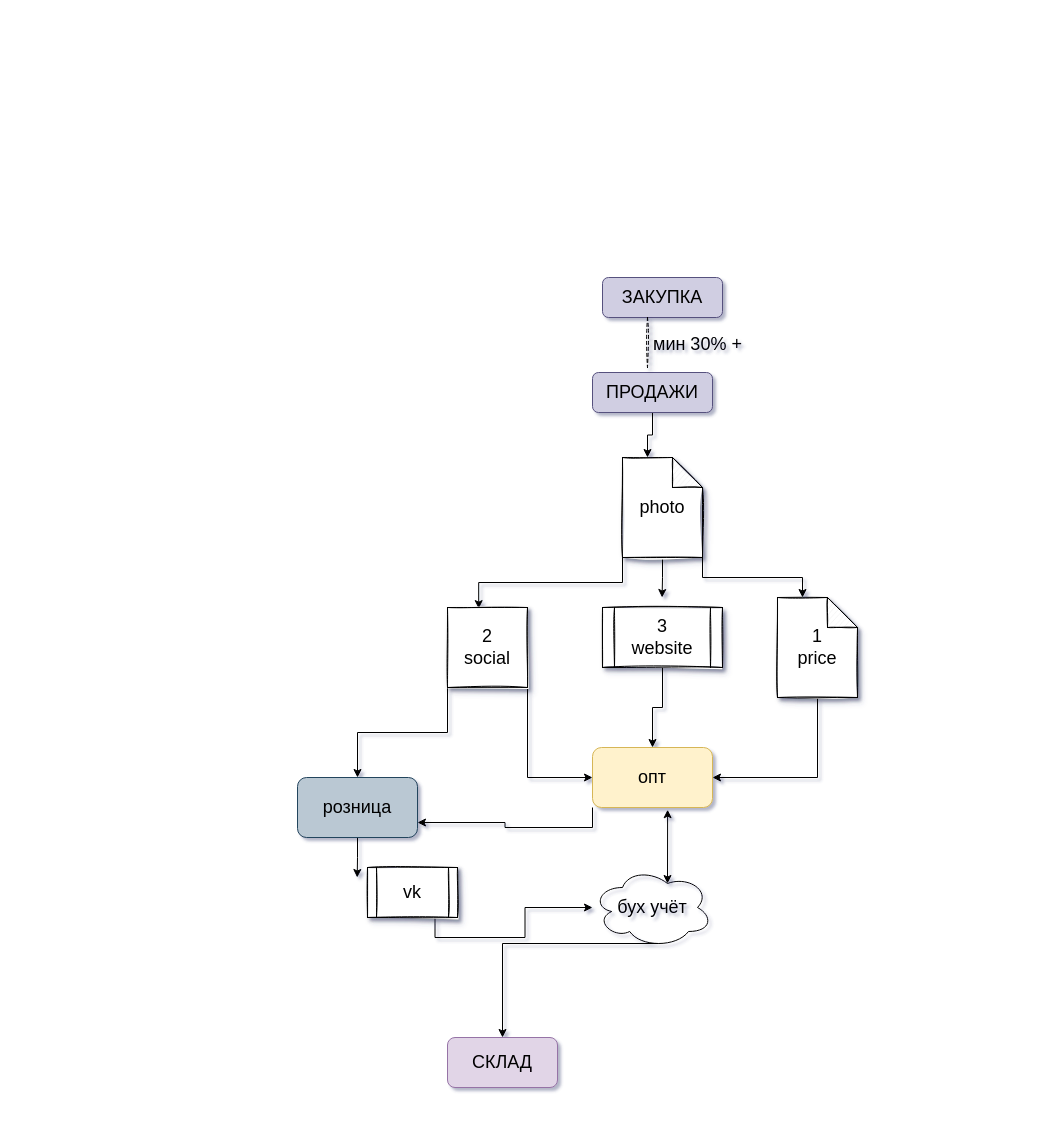
Before: Untitled Diagram.drawio in m11nic89co/ecom.net.ru, a draw.io diagram. Source tidied: cells renumbered, new cells numbered last; positions are measured from the earlier drawing's top-left corner, leaving out a move shared by most shapes. Both pictures are drawn from the tidied source at 100%, with x=0, y=0 at pixel (297, 277).
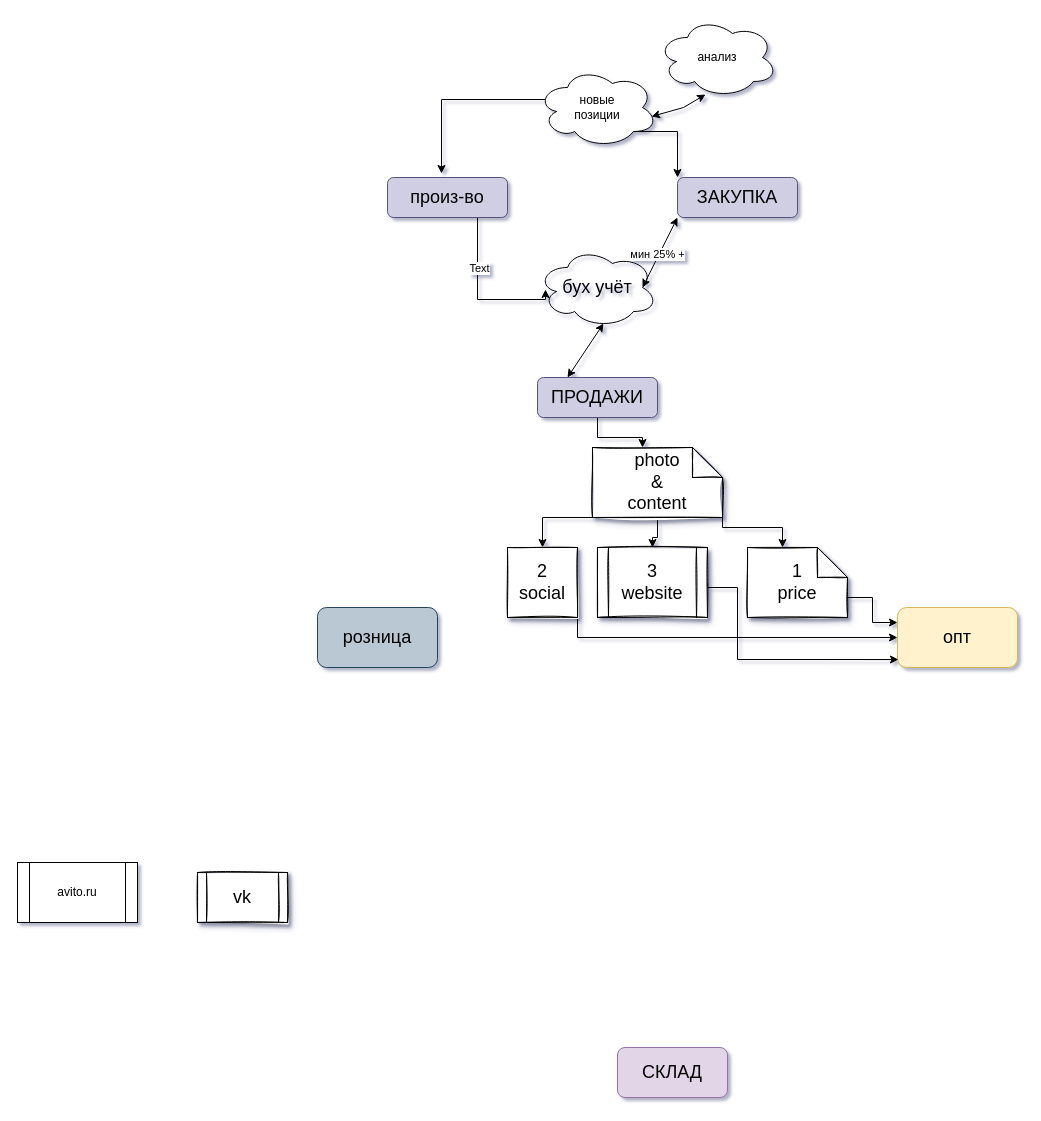
The same diagram, later.

The edit, as a diff of the source:
```diff
@@
-    <mxCell id="2" style="edgeStyle=orthogonalEdgeStyle;rounded=0;jettySize=auto;html=1;exitX=0;exitY=1;exitDx=0;exitDy=0;entryX=1;entryY=0.75;entryDx=0;entryDy=0;fontSize=18;" parent="1" edge="1" source="3" target="8">
-      <mxGeometry relative="1" as="geometry" />
-    </mxCell>
     <mxCell id="3" value="&lt;font style=&quot;font-size: 18px;&quot;&gt;&lt;font style=&quot;font-size: 18px;&quot;&gt;опт&lt;/font&gt;&lt;/font&gt;" style="rounded=1;whiteSpace=wrap;html=1;fillColor=#fff2cc;strokeColor=#d6b656;shadow=0;" parent="1" vertex="1">
-      <mxGeometry x="295" y="470" width="120" height="60" as="geometry" />
+      <mxGeometry x="600" y="330" width="120" height="60" as="geometry" />
     </mxCell>
     <mxCell id="4" value="СКЛАД" style="rounded=1;whiteSpace=wrap;html=1;shadow=0;fontSize=18;fillColor=#e1d5e7;strokeColor=#9673a6;" parent="1" vertex="1">
-      <mxGeometry x="150" y="760" width="110" height="50" as="geometry" />
+      <mxGeometry x="320" y="770" width="110" height="50" as="geometry" />
     </mxCell>
-    <mxCell id="5" style="edgeStyle=orthogonalEdgeStyle;rounded=0;jettySize=auto;html=1;exitX=0.55;exitY=0.95;exitDx=0;exitDy=0;exitPerimeter=0;entryX=0.5;entryY=0;entryDx=0;entryDy=0;fontSize=18;" parent="1" edge="1" source="6" target="4">
-      <mxGeometry relative="1" as="geometry" />
-    </mxCell>
     <mxCell id="6" value="бух учёт" style="ellipse;shape=cloud;whiteSpace=wrap;html=1;shadow=0;fontSize=18;fillColor=none;" parent="1" vertex="1">
-      <mxGeometry x="295" y="590" width="120" height="80" as="geometry" />
+      <mxGeometry x="240" y="-30" width="120" height="80" as="geometry" />
     </mxCell>
-    <mxCell id="7" style="edgeStyle=orthogonalEdgeStyle;rounded=0;jettySize=auto;html=1;exitX=0.5;exitY=1;exitDx=0;exitDy=0;fontSize=18;" parent="1" edge="1" source="8">
-      <mxGeometry relative="1" as="geometry">
-        <mxPoint x="59.7" y="600" as="targetPoint" />
-      </mxGeometry>
-    </mxCell>
     <mxCell id="8" value="розница" style="rounded=1;whiteSpace=wrap;html=1;shadow=0;fontSize=18;fillColor=#bac8d3;strokeColor=#23445d;" parent="1" vertex="1">
-      <mxGeometry y="500" width="120" height="60" as="geometry" />
+      <mxGeometry x="20" y="330" width="120" height="60" as="geometry" />
     </mxCell>
-    <mxCell id="9" style="edgeStyle=orthogonalEdgeStyle;rounded=0;jettySize=auto;html=1;exitX=0.5;exitY=1;exitDx=0;exitDy=0;fontSize=18;entryX=0;entryY=0;entryDx=25;entryDy=0;entryPerimeter=0;" parent="1" edge="1" source="10" target="21">
+    <mxCell id="9" style="edgeStyle=orthogonalEdgeStyle;rounded=0;jettySize=auto;html=1;exitX=0.5;exitY=1;exitDx=0;exitDy=0;fontSize=18;entryX=0;entryY=0;entryDx=50;entryDy=0;entryPerimeter=0;" parent="1" edge="1" source="10" target="21">
       <mxGeometry relative="1" as="geometry" />
     </mxCell>
     <mxCell id="10" value="ПРОДАЖИ" style="rounded=1;whiteSpace=wrap;html=1;shadow=0;fontSize=18;fillColor=#d0cee2;strokeColor=#56517e;" parent="1" vertex="1">
-      <mxGeometry x="295" y="95" width="120" height="40" as="geometry" />
+      <mxGeometry x="240" y="100" width="120" height="40" as="geometry" />
     </mxCell>
-    <mxCell id="11" style="edgeStyle=orthogonalEdgeStyle;rounded=0;jettySize=auto;html=1;exitX=0.5;exitY=1;exitDx=0;exitDy=0;exitPerimeter=0;entryX=1;entryY=0.5;entryDx=0;entryDy=0;fontSize=18;" parent="1" edge="1" source="12" target="3">
+    <mxCell id="11" style="edgeStyle=orthogonalEdgeStyle;rounded=0;jettySize=auto;html=1;exitX=0;exitY=0;exitDx=90;exitDy=50;exitPerimeter=0;entryX=0;entryY=0.25;entryDx=0;entryDy=0;" parent="1" edge="1" source="12" target="3">
       <mxGeometry relative="1" as="geometry" />
     </mxCell>
     <mxCell id="12" value="1&lt;br&gt;price" style="shape=note;whiteSpace=wrap;html=1;backgroundOutline=1;darkOpacity=0.05;shadow=1;fontSize=18;sketch=1;" parent="1" vertex="1">
-      <mxGeometry x="480" y="320" width="80" height="100" as="geometry" />
+      <mxGeometry x="450" y="270" width="100" height="70" as="geometry" />
     </mxCell>
-    <mxCell id="13" style="edgeStyle=orthogonalEdgeStyle;rounded=0;jettySize=auto;html=1;exitX=0.75;exitY=1;exitDx=0;exitDy=0;fontSize=18;" parent="1" edge="1" source="14" target="6">
-      <mxGeometry relative="1" as="geometry" />
-    </mxCell>
     <mxCell id="14" value="vk" style="shape=process;whiteSpace=wrap;html=1;backgroundOutline=1;shadow=1;sketch=1;fontSize=18;" parent="1" vertex="1">
-      <mxGeometry x="70" y="590" width="90" height="50" as="geometry" />
+      <mxGeometry x="-100" y="595" width="90" height="50" as="geometry" />
     </mxCell>
     <mxCell id="15" value="ЗАКУПКА" style="rounded=1;whiteSpace=wrap;html=1;shadow=0;fontSize=18;fillColor=#d0cee2;strokeColor=#56517e;" parent="1" vertex="1">
-      <mxGeometry x="305" width="120" height="40" as="geometry" />
+      <mxGeometry x="380" y="-100" width="120" height="40" as="geometry" />
     </mxCell>
-    <mxCell id="16" value="мин 30% +" style="shape=partialRectangle;fillColor=none;align=left;verticalAlign=middle;strokeColor=none;spacingLeft=34;shadow=1;sketch=1;fontSize=18;" parent="1" vertex="1">
-      <mxGeometry x="320" y="40" width="90" height="50" as="geometry" />
-    </mxCell>
-    <mxCell id="17" style="shape=partialRectangle;top=0;left=0;bottom=0;fillColor=none;stokeWidth=1;dashed=1;align=left;verticalAlign=middle;spacingLeft=4;spacingRight=4;overflow=hidden;shadow=1;sketch=1;fontSize=18;" parent="16" vertex="1">
-      <mxGeometry width="30" height="50" as="geometry" />
-    </mxCell>
+    <mxCell id="19" style="edgeStyle=orthogonalEdgeStyle;rounded=0;jettySize=auto;html=1;exitX=1;exitY=1;exitDx=0;exitDy=0;exitPerimeter=0;fontSize=18;entryX=0;entryY=0;entryDx=35;entryDy=0;entryPerimeter=0;" parent="1" edge="1" source="21" target="12">
+      <mxGeometry relative="1" as="geometry">
+        <Array as="points">
+          <mxPoint x="425" y="250" />
+          <mxPoint x="485" y="250" />
+        </Array>
+      </mxGeometry>
+    </mxCell>
+    <mxCell id="28" style="edgeStyle=orthogonalEdgeStyle;rounded=0;jettySize=auto;html=1;exitX=0.5;exitY=1;exitDx=0;exitDy=0;exitPerimeter=0;" parent="1" edge="1" source="21" target="23">
+      <mxGeometry relative="1" as="geometry" />
+    </mxCell>
-    <mxCell id="18" style="edgeStyle=orthogonalEdgeStyle;rounded=0;jettySize=auto;html=1;exitX=0;exitY=1;exitDx=0;exitDy=0;exitPerimeter=0;entryX=0.39;entryY=0.014;entryDx=0;entryDy=0;entryPerimeter=0;fontSize=18;" parent="1" edge="1" source="21" target="26">
-      <mxGeometry relative="1" as="geometry" />
+    <mxCell id="18" style="edgeStyle=orthogonalEdgeStyle;rounded=0;jettySize=auto;html=1;exitX=0;exitY=1;exitDx=0;exitDy=0;exitPerimeter=0;entryX=0.5;entryY=0;entryDx=0;entryDy=0;" parent="1" edge="1" source="21" target="26">
+      <mxGeometry relative="1" as="geometry">
+        <Array as="points">
+          <mxPoint x="245" y="240" />
+        </Array>
+      </mxGeometry>
     </mxCell>
-    <mxCell id="19" style="edgeStyle=orthogonalEdgeStyle;rounded=0;jettySize=auto;html=1;exitX=0.5;exitY=1;exitDx=0;exitDy=0;exitPerimeter=0;fontSize=18;" parent="1" edge="1" source="21">
-      <mxGeometry relative="1" as="geometry">
-        <mxPoint x="364.6" y="320" as="targetPoint" />
-      </mxGeometry>
-    </mxCell>
-    <mxCell id="20" style="edgeStyle=orthogonalEdgeStyle;rounded=0;jettySize=auto;html=1;exitX=1;exitY=1;exitDx=0;exitDy=0;exitPerimeter=0;entryX=0;entryY=0;entryDx=25;entryDy=0;entryPerimeter=0;fontSize=18;" parent="1" edge="1" source="21" target="12">
-      <mxGeometry relative="1" as="geometry" />
-    </mxCell>
-    <mxCell id="21" value="photo" style="shape=note;whiteSpace=wrap;html=1;backgroundOutline=1;darkOpacity=0.05;shadow=1;fontSize=18;sketch=1;" parent="1" vertex="1">
-      <mxGeometry x="325" y="180" width="80" height="100" as="geometry" />
+    <mxCell id="21" value="photo&lt;br&gt;&amp;amp;&lt;br&gt;content" style="shape=note;whiteSpace=wrap;html=1;backgroundOutline=1;darkOpacity=0.05;shadow=1;fontSize=18;sketch=1;" parent="1" vertex="1">
+      <mxGeometry x="295" y="170" width="130" height="70" as="geometry" />
     </mxCell>
-    <mxCell id="22" style="edgeStyle=orthogonalEdgeStyle;rounded=0;jettySize=auto;html=1;exitX=0.5;exitY=1;exitDx=0;exitDy=0;fontSize=18;" parent="1" edge="1" source="23" target="3">
-      <mxGeometry relative="1" as="geometry" />
+    <mxCell id="22" style="edgeStyle=orthogonalEdgeStyle;rounded=0;jettySize=auto;html=1;exitX=1;exitY=0.5;exitDx=0;exitDy=0;fontSize=18;entryX=0.008;entryY=0.867;entryDx=0;entryDy=0;entryPerimeter=0;" parent="1" edge="1" source="23" target="3">
+      <mxGeometry relative="1" as="geometry">
+        <Array as="points">
+          <mxPoint x="440" y="310" />
+          <mxPoint x="440" y="382" />
+        </Array>
+      </mxGeometry>
     </mxCell>
     <mxCell id="23" value="3&lt;br&gt;website" style="shape=process;whiteSpace=wrap;html=1;backgroundOutline=1;shadow=1;sketch=1;fontSize=18;" parent="1" vertex="1">
-      <mxGeometry x="305" y="330" width="120" height="60" as="geometry" />
+      <mxGeometry x="300" y="270" width="110" height="70" as="geometry" />
     </mxCell>
@@
-    <mxCell id="25" style="edgeStyle=orthogonalEdgeStyle;rounded=0;jettySize=auto;html=1;exitX=0;exitY=1;exitDx=0;exitDy=0;fontSize=18;" parent="1" edge="1" source="26" target="8">
-      <mxGeometry relative="1" as="geometry" />
-    </mxCell>
     <mxCell id="26" value="2&lt;br&gt;social" style="whiteSpace=wrap;html=1;shadow=1;sketch=1;fontSize=18;" parent="1" vertex="1">
-      <mxGeometry x="150" y="330" width="80" height="80" as="geometry" />
+      <mxGeometry x="210" y="270" width="70" height="70" as="geometry" />
     </mxCell>
-    <mxCell id="27" style="endArrow=classic;startArrow=classic;html=1;rounded=0;fontSize=18;exitX=0.625;exitY=0.2;exitDx=0;exitDy=0;exitPerimeter=0;entryX=0.626;entryY=1.037;entryDx=0;entryDy=0;entryPerimeter=0;" parent="1" edge="1" source="6" target="3">
-      <mxGeometry relative="1" as="geometry" />
-    </mxCell>
+    <mxCell id="29" value="avito.ru" style="shape=process;whiteSpace=wrap;html=1;backgroundOutline=1;" parent="1" vertex="1">
+      <mxGeometry x="-280" y="585" width="120" height="60" as="geometry" />
+    </mxCell>
+    <mxCell id="30" style="endArrow=classic;startArrow=classic;html=1;rounded=0;entryX=0.55;entryY=0.95;entryDx=0;entryDy=0;entryPerimeter=0;exitX=0.25;exitY=0;exitDx=0;exitDy=0;" parent="1" edge="1" source="10" target="6">
+      <mxGeometry relative="1" as="geometry" />
+    </mxCell>
+    <mxCell id="31" style="endArrow=classic;startArrow=classic;html=1;rounded=0;entryX=0.875;entryY=0.5;entryDx=0;entryDy=0;entryPerimeter=0;exitX=0;exitY=1;exitDx=0;exitDy=0;" parent="1" edge="1" source="15" target="6">
+      <mxGeometry relative="1" as="geometry" />
+    </mxCell>
+    <mxCell id="32" value="мин 25% +" style="edgeLabel;html=1;align=center;verticalAlign=middle;" parent="31" vertex="1">
+      <mxGeometry x="0.08" y="-2" relative="1" as="geometry" />
+    </mxCell>
+    <mxCell id="33" style="edgeStyle=orthogonalEdgeStyle;rounded=0;jettySize=auto;html=1;exitX=0.8;exitY=0.8;exitDx=0;exitDy=0;exitPerimeter=0;entryX=0;entryY=0;entryDx=0;entryDy=0;" parent="1" edge="1" source="35" target="15">
+      <mxGeometry relative="1" as="geometry" />
+    </mxCell>
+    <mxCell id="34" style="edgeStyle=orthogonalEdgeStyle;rounded=0;jettySize=auto;html=1;exitX=0.07;exitY=0.4;exitDx=0;exitDy=0;exitPerimeter=0;entryX=0.45;entryY=-0.1;entryDx=0;entryDy=0;entryPerimeter=0;" parent="1" edge="1" source="35" target="40">
+      <mxGeometry relative="1" as="geometry" />
+    </mxCell>
+    <mxCell id="35" value="новые&lt;br&gt;позиции" style="ellipse;shape=cloud;whiteSpace=wrap;html=1;" parent="1" vertex="1">
+      <mxGeometry x="240" y="-210" width="120" height="80" as="geometry" />
+    </mxCell>
+    <mxCell id="36" value="анализ" style="ellipse;shape=cloud;whiteSpace=wrap;html=1;" parent="1" vertex="1">
+      <mxGeometry x="360" y="-260" width="120" height="80" as="geometry" />
+    </mxCell>
+    <mxCell id="37" style="endArrow=classic;startArrow=classic;html=1;rounded=0;entryX=0.4;entryY=0.963;entryDx=0;entryDy=0;entryPerimeter=0;exitX=0.95;exitY=0.613;exitDx=0;exitDy=0;exitPerimeter=0;" parent="1" edge="1" source="35" target="36">
+      <mxGeometry relative="1" as="geometry">
+        <Array as="points">
+          <mxPoint x="386" y="-170" />
+        </Array>
+      </mxGeometry>
+    </mxCell>
+    <mxCell id="38" style="edgeStyle=orthogonalEdgeStyle;rounded=0;jettySize=auto;html=1;exitX=0.75;exitY=1;exitDx=0;exitDy=0;entryX=0.067;entryY=0.525;entryDx=0;entryDy=0;entryPerimeter=0;" parent="1" edge="1" source="40" target="6">
+      <mxGeometry relative="1" as="geometry">
+        <Array as="points">
+          <mxPoint x="180" y="22" />
+        </Array>
+      </mxGeometry>
+    </mxCell>
+    <mxCell id="39" value="Text" style="edgeLabel;html=1;align=center;verticalAlign=middle;" parent="38" vertex="1">
+      <mxGeometry x="-0.38" y="1" relative="1" as="geometry" />
+    </mxCell>
+    <mxCell id="40" value="произ-во" style="rounded=1;whiteSpace=wrap;html=1;shadow=0;fontSize=18;fillColor=#d0cee2;strokeColor=#56517e;" parent="1" vertex="1">
+      <mxGeometry x="90" y="-100" width="120" height="40" as="geometry" />
+    </mxCell>
```
